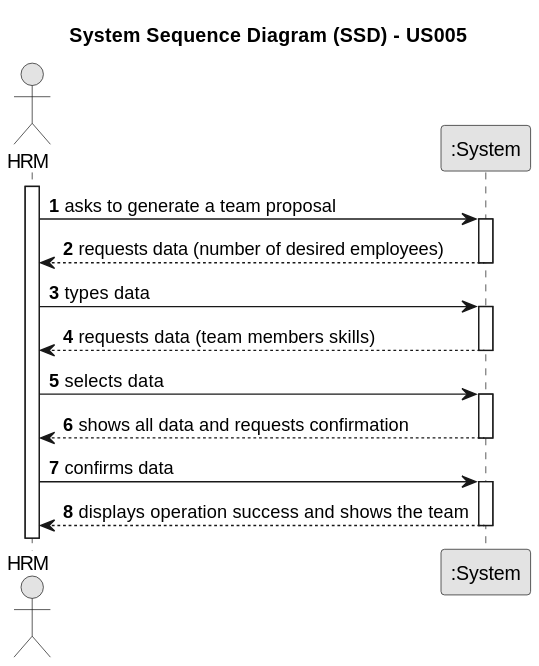
The PlantUML diagram docs/sprintA/us005/01.requirements-engineering/svg/us005-system-sequence-diagram-alternative-one.svg in Departamento-de-Engenharia-Informatica/lei-24-s2-1do-g164, before a commit.
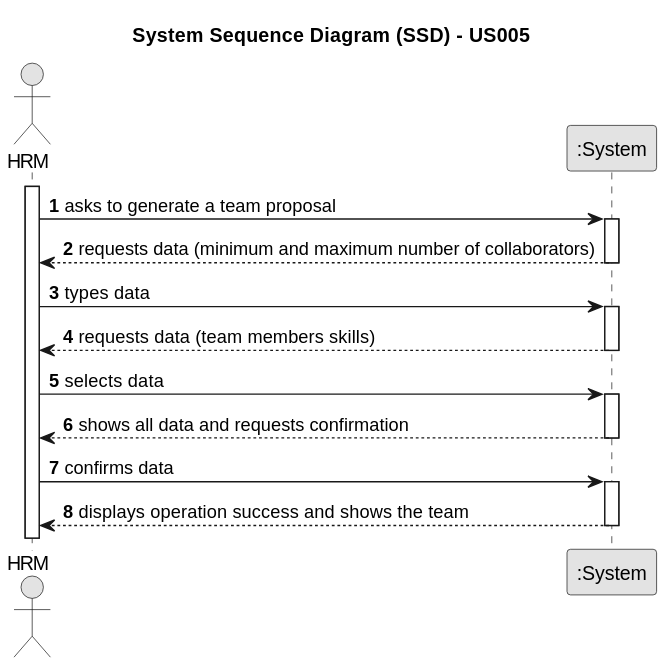
The same diagram one commit later.

Change to the diagram source:
```diff
@@ -15,7 +15,7 @@
     Employee -> System : asks to generate a team proposal
     activate System
 
-        System --> Employee : requests data (number of desired employees)
+        System --> Employee : requests data (minimum and maximum number of collaborators)
     deactivate System
 
     Employee -> System : types data
```
